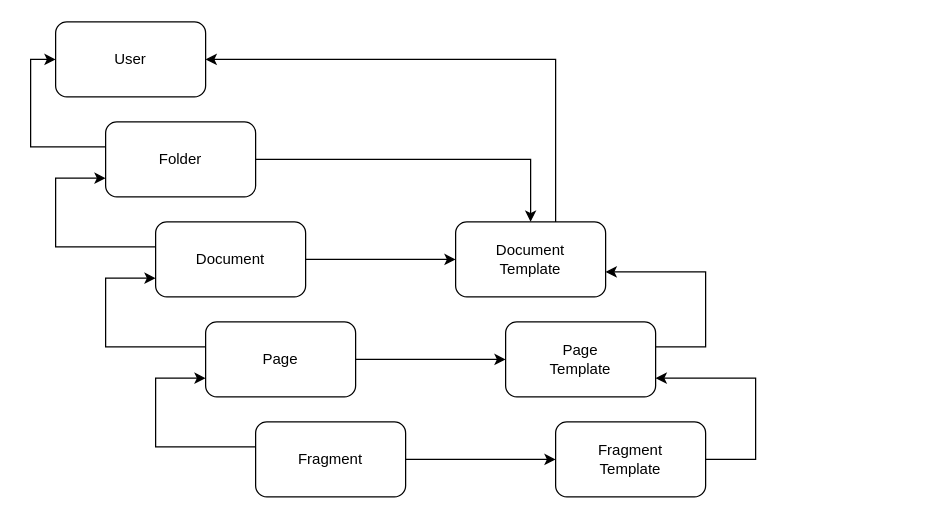
lotcz/ocr-document-parser keeps this draw.io diagram as doc/Diagram.drawio. Above is the earlier version. Source tidied: cells renumbered, new cells numbered last; positions are measured from the earlier drawing's top-left corner, leaving out a move shared by most shapes. Both pictures are drawn from the tidied source at 125%, with x=0, y=0 at pixel (30, 21).
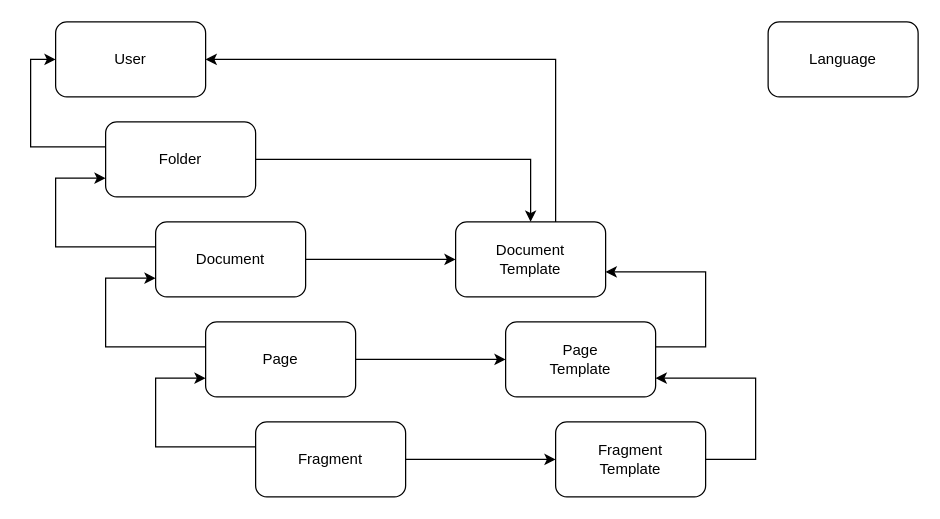
After the change.

The edit, as a diff of the source:
```diff
@@
+    <mxCell id="21" value="Language" style="rounded=1;whiteSpace=wrap;html=1;" parent="1" vertex="1">
+      <mxGeometry x="590" width="120" height="60" as="geometry" />
+    </mxCell>
```
